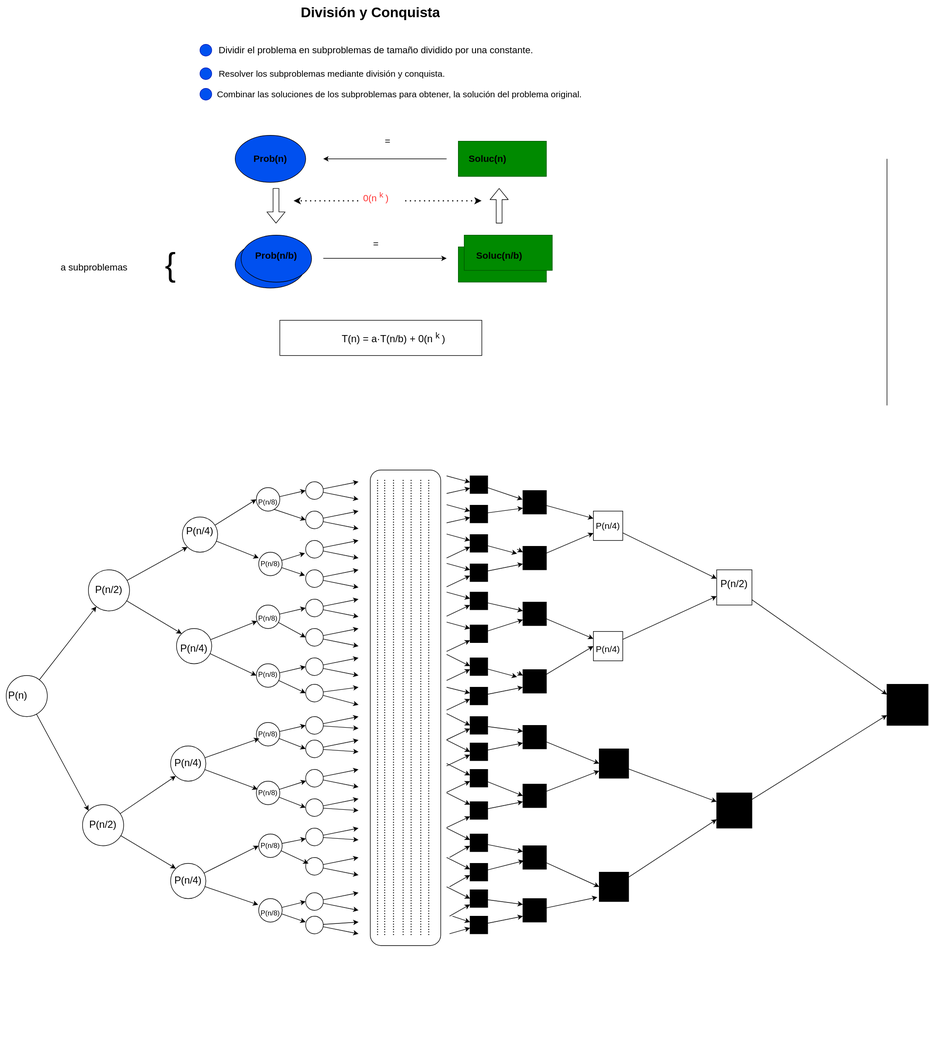
Before: Recursividad/Division-y-conquista.drawio.svg, a diagram exported from draw.io (Nordcode-cyber/Algoritmos-Estructdatos). Source tidied: cells renumbered, new cells last; positions are measured from the earlier drawing's top-left corner, leaving out a move shared by most shapes.
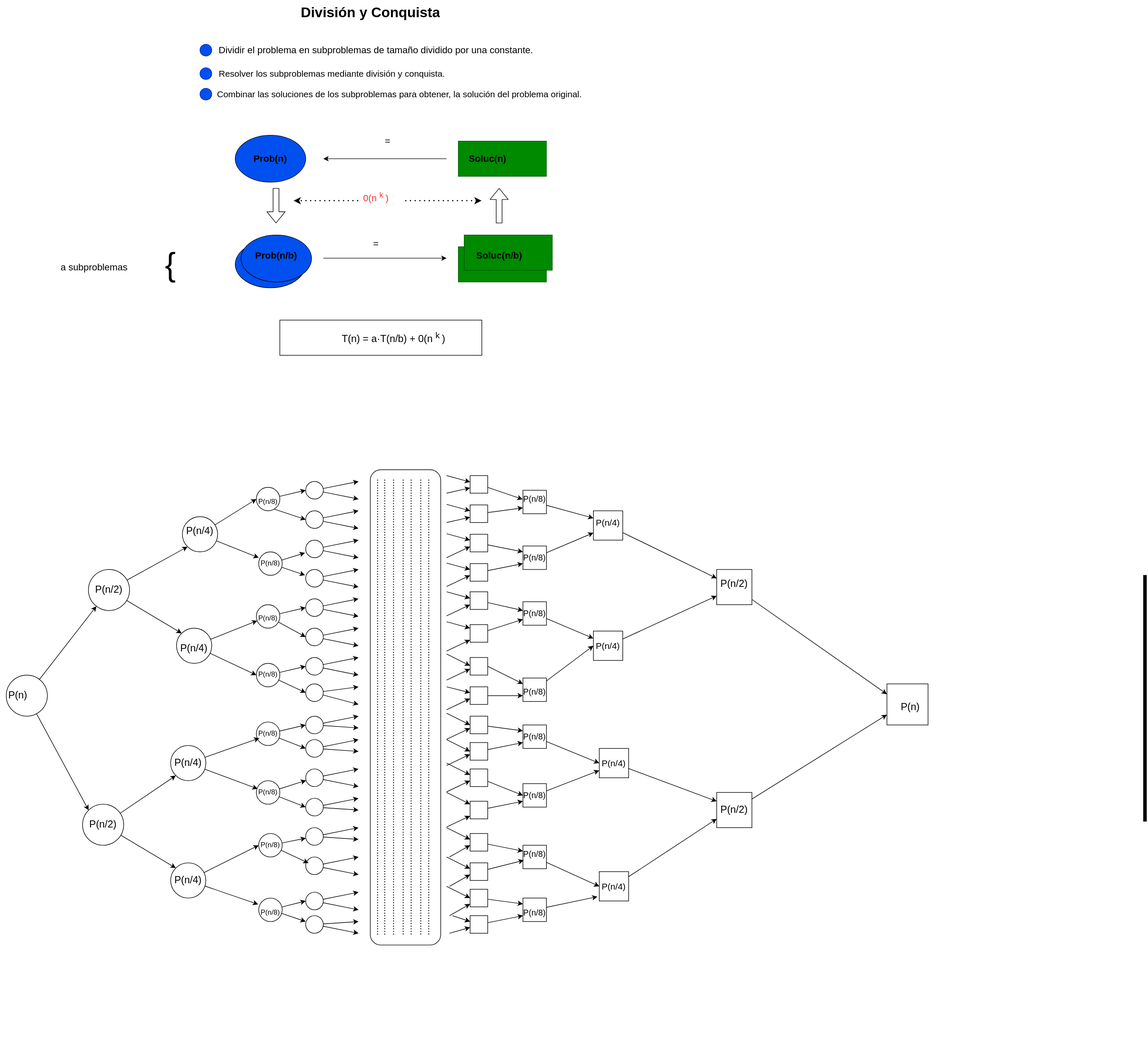
Above is the later version.

Diff of the diagram source:
```diff
@@ -106,6 +106,6 @@
     </mxCell>
-    <mxCell id="30" style="endArrow=none;html=1;" parent="1" edge="1">
+    <mxCell id="30" style="endArrow=none;html=1;strokeWidth=6;" parent="1" edge="1">
       <mxGeometry relative="1" as="geometry">
-        <mxPoint x="1510" y="690" as="sourcePoint" />
-        <mxPoint x="1510" y="270" as="targetPoint" />
+        <mxPoint x="1950" y="1400" as="sourcePoint" />
+        <mxPoint x="1950" y="980" as="targetPoint" />
       </mxGeometry>
@@ -535,15 +535,12 @@
     </mxCell>
-    <mxCell id="150" style="whiteSpace=wrap;html=1;fillColor=light-dark(#000000,#33FF33);" parent="1" vertex="1">
+    <mxCell id="150" style="whiteSpace=wrap;html=1;fillColor=light-dark(#FFFFFF,#99FFFF);" parent="1" vertex="1">
       <mxGeometry x="800" y="810" width="30" height="30" as="geometry" />
     </mxCell>
-    <mxCell id="151" style="edgeStyle=none;html=1;entryX=0;entryY=0.25;entryDx=0;entryDy=0;" parent="1" edge="1" source="257" target="214">
-      <mxGeometry relative="1" as="geometry" />
-    </mxCell>
+    <mxCell id="259" style="edgeStyle=none;html=1;entryX=0;entryY=0.25;entryDx=0;entryDy=0;" parent="1" edge="1" source="152" target="214">
+      <mxGeometry relative="1" as="geometry" />
+    </mxCell>
-    <mxCell id="152" style="whiteSpace=wrap;html=1;fillColor=light-dark(#000000,#33FF33);" parent="1" vertex="1">
+    <mxCell id="152" style="whiteSpace=wrap;html=1;fillColor=light-dark(#FFFFFF,#99FFFF);" parent="1" vertex="1">
       <mxGeometry x="800" y="910" width="30" height="30" as="geometry" />
     </mxCell>
-    <mxCell id="153" style="edgeStyle=none;html=1;entryX=0;entryY=0.25;entryDx=0;entryDy=0;" parent="1" edge="1" source="254" target="219">
-      <mxGeometry relative="1" as="geometry" />
-    </mxCell>
-    <mxCell id="154" style="whiteSpace=wrap;html=1;fillColor=light-dark(#000000,#33FF33);" parent="1" vertex="1">
+    <mxCell id="154" style="whiteSpace=wrap;html=1;fillColor=light-dark(#FFFFFF,#99FFFF);" parent="1" vertex="1">
       <mxGeometry x="800" y="1120" width="30" height="30" as="geometry" />
@@ -553,6 +550,6 @@
     </mxCell>
-    <mxCell id="156" style="whiteSpace=wrap;html=1;fillColor=light-dark(#000000,#33FF33);" parent="1" vertex="1">
+    <mxCell id="156" style="whiteSpace=wrap;html=1;fillColor=light-dark(#FFFFFF,#99FFFF);" parent="1" vertex="1">
       <mxGeometry x="800" y="1220" width="30" height="30" as="geometry" />
     </mxCell>
-    <mxCell id="157" style="whiteSpace=wrap;html=1;fillColor=light-dark(#000000,#33FF33);" parent="1" vertex="1">
+    <mxCell id="157" style="whiteSpace=wrap;html=1;fillColor=light-dark(#FFFFFF,#99FFFF);" parent="1" vertex="1">
       <mxGeometry x="800" y="1008" width="30" height="30" as="geometry" />
@@ -562,3 +559,6 @@
     </mxCell>
+    <mxCell id="260" style="edgeStyle=none;html=1;entryX=0;entryY=0.25;entryDx=0;entryDy=0;exitX=1;exitY=0.5;exitDx=0;exitDy=0;" parent="1" edge="1" source="154" target="219">
+      <mxGeometry relative="1" as="geometry" />
+    </mxCell>
-    <mxCell id="159" style="whiteSpace=wrap;html=1;fillColor=light-dark(#000000,#33FF33);" parent="1" vertex="1">
+    <mxCell id="159" style="whiteSpace=wrap;html=1;fillColor=light-dark(#FFFFFF,#99FFFF);" parent="1" vertex="1">
       <mxGeometry x="800" y="1170" width="30" height="30" as="geometry" />
@@ -568,3 +568,3 @@
     </mxCell>
-    <mxCell id="161" style="whiteSpace=wrap;html=1;fillColor=light-dark(#000000,#33FF33);" parent="1" vertex="1">
+    <mxCell id="161" style="whiteSpace=wrap;html=1;fillColor=light-dark(#FFFFFF,#99FFFF);" parent="1" vertex="1">
       <mxGeometry x="800" y="960" width="30" height="30" as="geometry" />
@@ -574,3 +574,3 @@
     </mxCell>
-    <mxCell id="163" style="whiteSpace=wrap;html=1;fillColor=light-dark(#000000,#33FF33);" parent="1" vertex="1">
+    <mxCell id="163" style="whiteSpace=wrap;html=1;fillColor=light-dark(#FFFFFF,#99FFFF);" parent="1" vertex="1">
       <mxGeometry x="800" y="860" width="30" height="30" as="geometry" />
@@ -580,3 +580,3 @@
     </mxCell>
-    <mxCell id="165" style="whiteSpace=wrap;html=1;fillColor=light-dark(#000000,#33FF33);" parent="1" vertex="1">
+    <mxCell id="165" style="whiteSpace=wrap;html=1;fillColor=light-dark(#FFFFFF,#99FFFF);" parent="1" vertex="1">
       <mxGeometry x="800" y="1064" width="30" height="30" as="geometry" />
@@ -586,3 +586,3 @@
     </mxCell>
-    <mxCell id="167" style="whiteSpace=wrap;html=1;fillColor=light-dark(#000000,#33FF33);" parent="1" vertex="1">
+    <mxCell id="167" style="whiteSpace=wrap;html=1;fillColor=light-dark(#FFFFFF,#99FFFF);" parent="1" vertex="1">
       <mxGeometry x="800" y="1310" width="30" height="30" as="geometry" />
@@ -592,3 +592,3 @@
     </mxCell>
-    <mxCell id="169" style="whiteSpace=wrap;html=1;fillColor=light-dark(#000000,#33FF33);" parent="1" vertex="1">
+    <mxCell id="169" style="whiteSpace=wrap;html=1;fillColor=light-dark(#FFFFFF,#99FFFF);" parent="1" vertex="1">
       <mxGeometry x="800" y="1420" width="30" height="30" as="geometry" />
@@ -598,6 +598,6 @@
     </mxCell>
-    <mxCell id="171" style="whiteSpace=wrap;html=1;fillColor=light-dark(#000000,#33FF33);" parent="1" vertex="1">
+    <mxCell id="171" style="whiteSpace=wrap;html=1;fillColor=light-dark(#FFFFFF,#99FFFF);" parent="1" vertex="1">
       <mxGeometry x="800" y="1560" width="30" height="30" as="geometry" />
     </mxCell>
-    <mxCell id="172" style="whiteSpace=wrap;html=1;fillColor=light-dark(#000000,#33FF33);" parent="1" vertex="1">
+    <mxCell id="172" style="whiteSpace=wrap;html=1;fillColor=light-dark(#FFFFFF,#99FFFF);" parent="1" vertex="1">
       <mxGeometry x="800" y="1470" width="30" height="30" as="geometry" />
@@ -607,3 +607,3 @@
     </mxCell>
-    <mxCell id="174" style="whiteSpace=wrap;html=1;fillColor=light-dark(#000000,#33FF33);" parent="1" vertex="1">
+    <mxCell id="174" style="whiteSpace=wrap;html=1;fillColor=light-dark(#FFFFFF,#99FFFF);" parent="1" vertex="1">
       <mxGeometry x="800" y="1515" width="30" height="30" as="geometry" />
@@ -613,3 +613,3 @@
     </mxCell>
-    <mxCell id="176" style="whiteSpace=wrap;html=1;fillColor=light-dark(#000000,#33FF33);" parent="1" vertex="1">
+    <mxCell id="176" style="whiteSpace=wrap;html=1;fillColor=light-dark(#FFFFFF,#99FFFF);" parent="1" vertex="1">
       <mxGeometry x="800" y="1365" width="30" height="30" as="geometry" />
@@ -619,3 +619,3 @@
     </mxCell>
-    <mxCell id="178" style="whiteSpace=wrap;html=1;fillColor=light-dark(#000000,#33FF33);" parent="1" vertex="1">
+    <mxCell id="178" style="whiteSpace=wrap;html=1;fillColor=light-dark(#FFFFFF,#99FFFF);" parent="1" vertex="1">
       <mxGeometry x="800" y="1265" width="30" height="30" as="geometry" />
@@ -811,3 +811,3 @@
     </mxCell>
-    <mxCell id="211" style="whiteSpace=wrap;html=1;fillColor=light-dark(#000000,#33FF33);" parent="1" vertex="1">
+    <mxCell id="211" style="whiteSpace=wrap;html=1;fillColor=light-dark(#FFFFFF,#99FFFF);" parent="1" vertex="1">
       <mxGeometry x="890" y="835" width="40" height="40" as="geometry" />
@@ -820,3 +820,3 @@
     </mxCell>
-    <mxCell id="214" style="whiteSpace=wrap;html=1;fillColor=light-dark(#000000,#33FF33);" parent="1" vertex="1">
+    <mxCell id="214" style="whiteSpace=wrap;html=1;fillColor=light-dark(#FFFFFF,#99FFFF);" parent="1" vertex="1">
       <mxGeometry x="890" y="930" width="40" height="40" as="geometry" />
@@ -826,3 +826,3 @@
     </mxCell>
-    <mxCell id="216" style="whiteSpace=wrap;html=1;fillColor=light-dark(#000000,#33FF33);" parent="1" vertex="1">
+    <mxCell id="216" style="whiteSpace=wrap;html=1;fillColor=light-dark(#FFFFFF,#99FFFF);" parent="1" vertex="1">
       <mxGeometry x="890" y="1025" width="40" height="40" as="geometry" />
@@ -835,4 +835,4 @@
     </mxCell>
-    <mxCell id="219" style="whiteSpace=wrap;html=1;fillColor=light-dark(#000000,#33FF33);" parent="1" vertex="1">
-      <mxGeometry x="890" y="1140" width="40" height="40" as="geometry" />
+    <mxCell id="219" style="whiteSpace=wrap;html=1;fillColor=light-dark(#FFFFFF,#99FFFF);" parent="1" vertex="1">
+      <mxGeometry x="890" y="1155" width="40" height="40" as="geometry" />
     </mxCell>
@@ -841,3 +841,3 @@
     </mxCell>
-    <mxCell id="221" style="whiteSpace=wrap;html=1;fillColor=light-dark(#000000,#33FF33);" parent="1" vertex="1">
+    <mxCell id="221" style="whiteSpace=wrap;html=1;fillColor=light-dark(#FFFFFF,#99FFFF);" parent="1" vertex="1">
       <mxGeometry x="890" y="1235" width="40" height="40" as="geometry" />
@@ -847,3 +847,3 @@
     </mxCell>
-    <mxCell id="223" style="whiteSpace=wrap;html=1;fillColor=light-dark(#000000,#33FF33);" parent="1" vertex="1">
+    <mxCell id="223" style="whiteSpace=wrap;html=1;fillColor=light-dark(#FFFFFF,#99FFFF);" parent="1" vertex="1">
       <mxGeometry x="890" y="1335" width="40" height="40" as="geometry" />
@@ -853,3 +853,3 @@
     </mxCell>
-    <mxCell id="225" style="whiteSpace=wrap;html=1;fillColor=light-dark(#000000,#33FF33);" parent="1" vertex="1">
+    <mxCell id="225" style="whiteSpace=wrap;html=1;fillColor=light-dark(#FFFFFF,#99FFFF);" parent="1" vertex="1">
       <mxGeometry x="890" y="1440" width="40" height="40" as="geometry" />
@@ -859,3 +859,3 @@
     </mxCell>
-    <mxCell id="227" style="whiteSpace=wrap;html=1;fillColor=light-dark(#000000,#33FF33);" parent="1" vertex="1">
+    <mxCell id="227" style="whiteSpace=wrap;html=1;fillColor=light-dark(#FFFFFF,#99FFFF);" parent="1" vertex="1">
       <mxGeometry x="890" y="1530" width="40" height="40" as="geometry" />
@@ -865,3 +865,3 @@
     </mxCell>
-    <mxCell id="229" style="whiteSpace=wrap;html=1;fillColor=light-dark(#FFFFFF,#333333);" parent="1" vertex="1">
+    <mxCell id="229" style="whiteSpace=wrap;html=1;fillColor=light-dark(#FFFFFF,#99FFFF);" parent="1" vertex="1">
       <mxGeometry x="1010" y="870" width="50" height="50" as="geometry" />
@@ -871,3 +871,3 @@
     </mxCell>
-    <mxCell id="231" style="whiteSpace=wrap;html=1;fillColor=light-dark(#FFFFFF,#333333);" parent="1" vertex="1">
+    <mxCell id="231" style="whiteSpace=wrap;html=1;fillColor=light-dark(#FFFFFF,#99FFFF);" parent="1" vertex="1">
       <mxGeometry x="1010" y="1075" width="50" height="50" as="geometry" />
@@ -877,3 +877,3 @@
     </mxCell>
-    <mxCell id="233" style="whiteSpace=wrap;html=1;fillColor=light-dark(#000000,#33FF33);" parent="1" vertex="1">
+    <mxCell id="233" style="whiteSpace=wrap;html=1;fillColor=light-dark(#FFFFFF,#99FFFF);" parent="1" vertex="1">
       <mxGeometry x="1020" y="1275" width="50" height="50" as="geometry" />
@@ -883,3 +883,3 @@
     </mxCell>
-    <mxCell id="235" style="whiteSpace=wrap;html=1;fillColor=light-dark(#000000,#33FF33);" parent="1" vertex="1">
+    <mxCell id="235" style="whiteSpace=wrap;html=1;fillColor=light-dark(#FFFFFF,#99FFFF);" parent="1" vertex="1">
       <mxGeometry x="1020" y="1485" width="50" height="50" as="geometry" />
@@ -898,6 +898,6 @@
     </mxCell>
-    <mxCell id="240" style="whiteSpace=wrap;html=1;fillColor=light-dark(#000000,#33FF33);" parent="1" vertex="1">
+    <mxCell id="240" style="whiteSpace=wrap;html=1;fillColor=light-dark(#FFFFFF,#99FFFF);" parent="1" vertex="1">
       <mxGeometry x="1220" y="1350" width="60" height="60" as="geometry" />
     </mxCell>
-    <mxCell id="241" style="whiteSpace=wrap;html=1;fillColor=light-dark(#000000,#33FF33);" parent="1" vertex="1">
+    <mxCell id="241" style="whiteSpace=wrap;html=1;fillColor=light-dark(#FFFFFF,#99FFFF);" parent="1" vertex="1">
       <mxGeometry x="1510" y="1165" width="70" height="70" as="geometry" />
@@ -920,15 +920,15 @@
     <mxCell id="247" value="&lt;font style=&quot;color: light-dark(rgb(0, 0, 0), rgb(255, 0, 0)); font-size: 15px;&quot;&gt;P(n/4)&lt;/font&gt;" style="text;html=1;align=center;verticalAlign=middle;whiteSpace=wrap;rounded=0;" parent="1" vertex="1">
-      <mxGeometry x="1005" y="880" width="60" height="30" as="geometry" />
+      <mxGeometry x="1005" y="875" width="60" height="30" as="geometry" />
     </mxCell>
     <mxCell id="248" value="&lt;font style=&quot;color: light-dark(rgb(0, 0, 0), rgb(255, 0, 0)); font-size: 15px;&quot;&gt;P(n/4)&lt;/font&gt;" style="text;html=1;align=center;verticalAlign=middle;whiteSpace=wrap;rounded=0;" parent="1" vertex="1">
-      <mxGeometry x="1005" y="1090" width="60" height="30" as="geometry" />
+      <mxGeometry x="1005" y="1085" width="60" height="30" as="geometry" />
     </mxCell>
     <mxCell id="249" value="&lt;font style=&quot;color: light-dark(rgb(0, 0, 0), rgb(255, 0, 0)); font-size: 14px;&quot;&gt;P(n/8)&lt;/font&gt;" style="text;html=1;align=center;verticalAlign=middle;whiteSpace=wrap;rounded=0;" parent="1" vertex="1">
-      <mxGeometry x="880" y="1535" width="60" height="30" as="geometry" />
+      <mxGeometry x="880" y="1540" width="60" height="30" as="geometry" />
     </mxCell>
     <mxCell id="250" value="&lt;font style=&quot;color: light-dark(rgb(0, 0, 0), rgb(255, 0, 0)); font-size: 14px;&quot;&gt;P(n/8)&lt;/font&gt;" style="text;html=1;align=center;verticalAlign=middle;whiteSpace=wrap;rounded=0;" parent="1" vertex="1">
-      <mxGeometry x="880" y="1445" width="60" height="30" as="geometry" />
+      <mxGeometry x="880" y="1440" width="60" height="30" as="geometry" />
     </mxCell>
     <mxCell id="251" value="&lt;font style=&quot;color: light-dark(rgb(0, 0, 0), rgb(255, 0, 0)); font-size: 14px;&quot;&gt;P(n/8)&lt;/font&gt;" style="text;html=1;align=center;verticalAlign=middle;whiteSpace=wrap;rounded=0;" parent="1" vertex="1">
-      <mxGeometry x="880" y="1343" width="60" height="30" as="geometry" />
+      <mxGeometry x="880" y="1340" width="60" height="30" as="geometry" />
     </mxCell>
@@ -937,7 +937,4 @@
     </mxCell>
-    <mxCell id="253" style="edgeStyle=none;html=1;entryX=0;entryY=0.25;entryDx=0;entryDy=0;" parent="1" edge="1" source="154" target="254">
-      <mxGeometry relative="1" as="geometry" />
-    </mxCell>
     <mxCell id="254" value="&lt;font style=&quot;color: light-dark(rgb(0, 0, 0), rgb(255, 0, 0)); font-size: 14px;&quot;&gt;P(n/8)&lt;/font&gt;" style="text;html=1;align=center;verticalAlign=middle;whiteSpace=wrap;rounded=0;" parent="1" vertex="1">
-      <mxGeometry x="880" y="1145" width="60" height="30" as="geometry" />
+      <mxGeometry x="880" y="1164" width="60" height="30" as="geometry" />
     </mxCell>
@@ -946,5 +943,2 @@
     </mxCell>
-    <mxCell id="256" style="edgeStyle=none;html=1;entryX=0;entryY=0.25;entryDx=0;entryDy=0;" parent="1" edge="1" source="152" target="257">
-      <mxGeometry relative="1" as="geometry" />
-    </mxCell>
     <mxCell id="257" value="&lt;font style=&quot;color: light-dark(rgb(0, 0, 0), rgb(255, 0, 0)); font-size: 14px;&quot;&gt;P(n/8)&lt;/font&gt;" style="text;html=1;align=center;verticalAlign=middle;whiteSpace=wrap;rounded=0;" parent="1" vertex="1">
@@ -953,3 +947,3 @@
     <mxCell id="258" value="&lt;font style=&quot;color: light-dark(rgb(0, 0, 0), rgb(255, 0, 0)); font-size: 14px;&quot;&gt;P(n/8)&lt;/font&gt;" style="text;html=1;align=center;verticalAlign=middle;whiteSpace=wrap;rounded=0;" parent="1" vertex="1">
-      <mxGeometry x="880" y="840" width="60" height="30" as="geometry" />
+      <mxGeometry x="880" y="835" width="60" height="30" as="geometry" />
     </mxCell>
```
